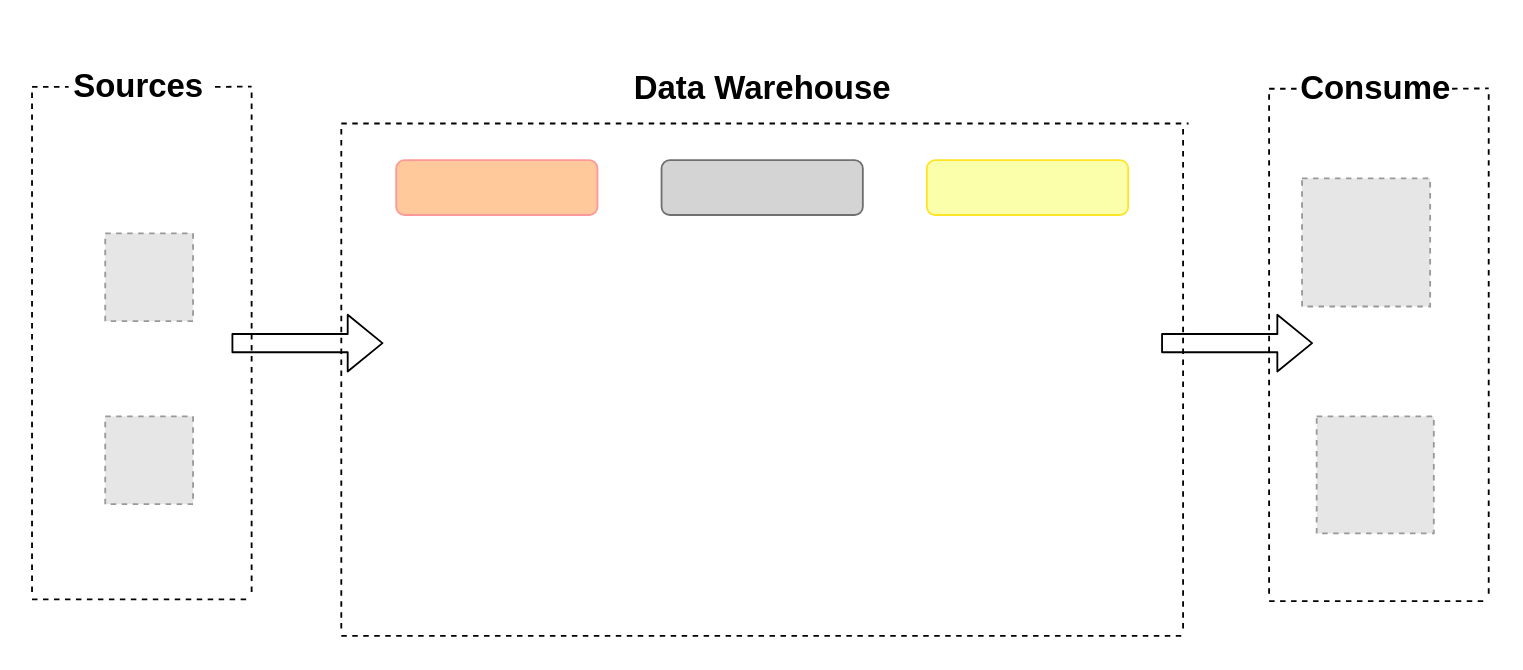
maariammohsen/DataWarehouse-Project keeps this draw.io diagram as Docs/Data_Arc.drawio. Above is the earlier version. Source tidied: cells renumbered, new cells numbered last; positions are measured from the earlier drawing's top-left corner, leaving out a move shared by most shapes. Both pictures are drawn from the tidied source at 183%, with x=0, y=0 at pixel (31, 31). Pictures stored in the file or linked from it are replaced by grey dashed boxes.
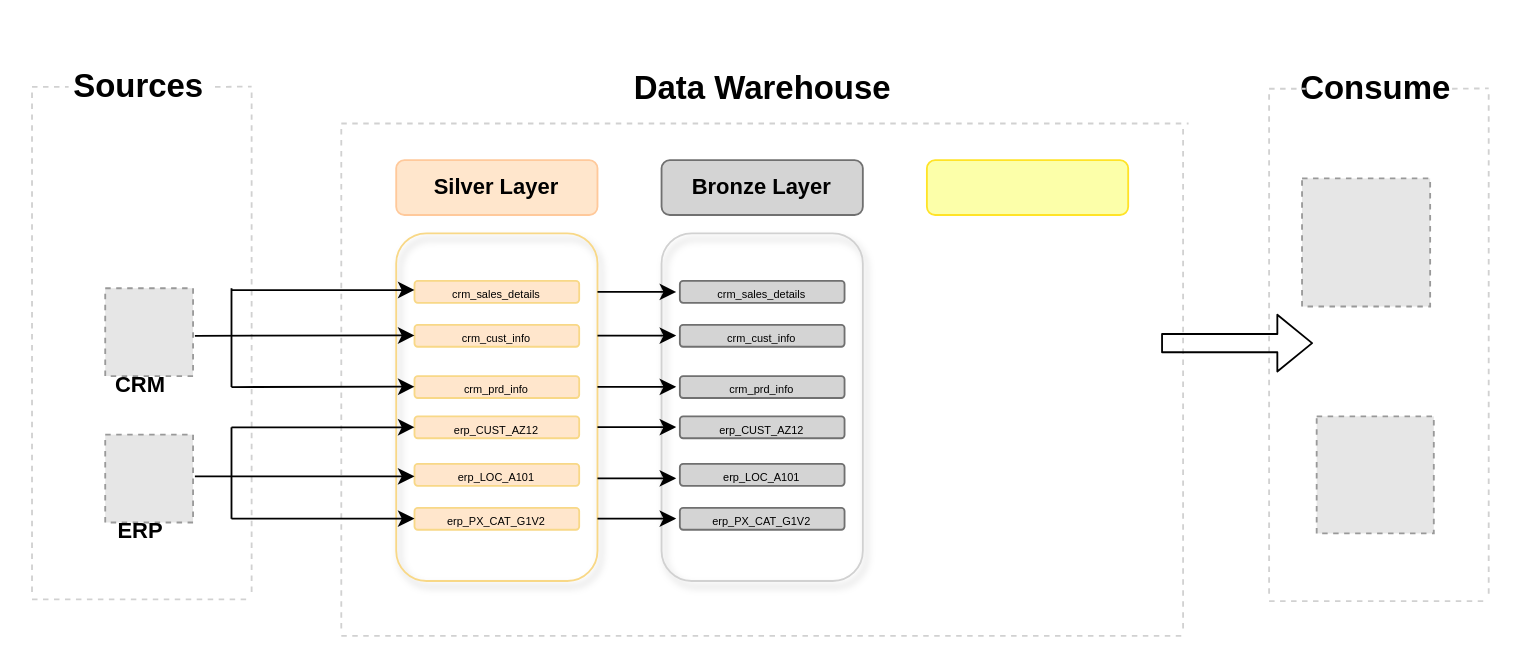
Above is the later version.

Commit message (it also covers changes not shown here):
Modified Arc , Transformations of silver layer is done successfully✅

Change to the diagram source:
```diff
@@
     <mxCell id="2" style="fillColor=#E6E6E6;strokeColor=#999999;dashed=1;verticalLabelPosition=bottom;verticalAlign=top;" parent="1" vertex="1">
-      <mxGeometry x="40" y="110" width="48" height="48" as="geometry" />
+      <mxGeometry x="40" y="140" width="48" height="48" as="geometry" />
     </mxCell>
     <mxCell id="3" style="fillColor=#E6E6E6;strokeColor=#999999;dashed=1;verticalLabelPosition=bottom;verticalAlign=top;" parent="1" vertex="1">
-      <mxGeometry x="40" y="210" width="48" height="48" as="geometry" />
+      <mxGeometry x="40" y="220" width="48" height="48" as="geometry" />
     </mxCell>
@@
-    <mxCell id="5" style="endArrow=none;dashed=1;html=1;" parent="1" edge="1">
+    <mxCell id="5" style="endArrow=none;dashed=1;html=1;strokeColor=light-dark(#d1d1d1, #ededed);" parent="1" edge="1">
       <mxGeometry relative="1" as="geometry">
         <mxPoint x="120" y="306" as="sourcePoint" />
         <mxPoint x="120" y="30" as="targetPoint" />
       </mxGeometry>
     </mxCell>
-    <mxCell id="6" style="endArrow=none;dashed=1;html=1;" parent="1" edge="1">
+    <mxCell id="6" style="endArrow=none;dashed=1;html=1;strokeColor=#D1D1D1;" parent="1" edge="1">
       <mxGeometry relative="1" as="geometry">
         <mxPoint y="306" as="sourcePoint" />
         <mxPoint y="30" as="targetPoint" />
       </mxGeometry>
     </mxCell>
-    <mxCell id="7" style="endArrow=none;dashed=1;html=1;" parent="1" edge="1">
+    <mxCell id="7" style="endArrow=none;dashed=1;html=1;strokeColor=#D1D1D1;" parent="1" edge="1">
       <mxGeometry relative="1" as="geometry">
         <mxPoint y="310" as="sourcePoint" />
         <mxPoint x="120" y="310" as="targetPoint" />
       </mxGeometry>
     </mxCell>
-    <mxCell id="8" style="endArrow=none;dashed=1;html=1;" parent="1" edge="1">
+    <mxCell id="8" style="endArrow=none;dashed=1;html=1;strokeColor=#D1D1D1;" parent="1" edge="1">
       <mxGeometry relative="1" as="geometry">
         <mxPoint x="100" y="30" as="sourcePoint" />
         <mxPoint x="120" y="29.8" as="targetPoint" />
       </mxGeometry>
     </mxCell>
-    <mxCell id="9" style="endArrow=none;dashed=1;html=1;" parent="1" edge="1">
+    <mxCell id="9" style="endArrow=none;dashed=1;html=1;strokeColor=#D1D1D1;" parent="1" edge="1">
       <mxGeometry relative="1" as="geometry">
         <mxPoint y="30" as="sourcePoint" />
         <mxPoint x="20" y="30" as="targetPoint" />
       </mxGeometry>
     </mxCell>
@@
-    <mxCell id="11" style="endArrow=none;dashed=1;html=1;" parent="1" edge="1">
+    <mxCell id="11" style="endArrow=none;dashed=1;html=1;strokeColor=#D1D1D1;" parent="1" edge="1">
       <mxGeometry relative="1" as="geometry">
         <mxPoint x="796" y="307" as="sourcePoint" />
         <mxPoint x="796" y="31" as="targetPoint" />
       </mxGeometry>
     </mxCell>
-    <mxCell id="12" style="endArrow=none;dashed=1;html=1;" parent="1" edge="1">
+    <mxCell id="12" style="endArrow=none;dashed=1;html=1;strokeColor=#D1D1D1;" parent="1" edge="1">
       <mxGeometry relative="1" as="geometry">
         <mxPoint x="676" y="307" as="sourcePoint" />
         <mxPoint x="676" y="31" as="targetPoint" />
       </mxGeometry>
     </mxCell>
-    <mxCell id="13" style="endArrow=none;dashed=1;html=1;" parent="1" edge="1">
+    <mxCell id="13" style="endArrow=none;dashed=1;html=1;strokeColor=#D1D1D1;" parent="1" edge="1">
       <mxGeometry relative="1" as="geometry">
         <mxPoint x="676" y="311" as="sourcePoint" />
         <mxPoint x="796" y="311" as="targetPoint" />
       </mxGeometry>
     </mxCell>
-    <mxCell id="14" style="endArrow=none;dashed=1;html=1;" parent="1" edge="1">
+    <mxCell id="14" style="endArrow=none;dashed=1;html=1;strokeColor=#D1D1D1;" parent="1" edge="1">
       <mxGeometry relative="1" as="geometry">
         <mxPoint x="776" y="31" as="sourcePoint" />
         <mxPoint x="796" y="30.8" as="targetPoint" />
       </mxGeometry>
     </mxCell>
-    <mxCell id="15" style="endArrow=none;dashed=1;html=1;" parent="1" edge="1">
+    <mxCell id="15" style="endArrow=none;dashed=1;html=1;strokeColor=#D1D1D1;" parent="1" edge="1">
       <mxGeometry relative="1" as="geometry">
         <mxPoint x="676" y="31" as="sourcePoint" />
         <mxPoint x="696" y="31" as="targetPoint" />
       </mxGeometry>
     </mxCell>
@@
-    <mxCell id="19" style="endArrow=none;dashed=1;html=1;" parent="1" edge="1">
+    <mxCell id="19" style="endArrow=none;dashed=1;html=1;strokeColor=#D1D1D1;" parent="1" edge="1">
       <mxGeometry relative="1" as="geometry">
         <mxPoint x="629" y="326" as="sourcePoint" />
         <mxPoint x="629" y="50" as="targetPoint" />
       </mxGeometry>
     </mxCell>
-    <mxCell id="20" style="endArrow=none;dashed=1;html=1;" parent="1" edge="1">
+    <mxCell id="20" style="endArrow=none;dashed=1;html=1;strokeColor=#D1D1D1;" parent="1" edge="1">
       <mxGeometry relative="1" as="geometry">
         <mxPoint x="169" y="326" as="sourcePoint" />
         <mxPoint x="169" y="50" as="targetPoint" />
       </mxGeometry>
     </mxCell>
-    <mxCell id="21" style="endArrow=none;dashed=1;html=1;" parent="1" edge="1">
+    <mxCell id="21" style="endArrow=none;dashed=1;html=1;strokeColor=#D1D1D1;" parent="1" edge="1">
       <mxGeometry relative="1" as="geometry">
         <mxPoint x="169" y="330" as="sourcePoint" />
         <mxPoint x="629" y="330" as="targetPoint" />
       </mxGeometry>
     </mxCell>
-    <mxCell id="22" style="endArrow=none;dashed=1;html=1;" parent="1" edge="1">
+    <mxCell id="22" style="endArrow=none;dashed=1;html=1;strokeColor=#D1D1D1;" parent="1" edge="1">
       <mxGeometry relative="1" as="geometry">
         <mxPoint x="169" y="50" as="sourcePoint" />
         <mxPoint x="632" y="50" as="targetPoint" />
       </mxGeometry>
     </mxCell>
-    <mxCell id="23" style="rounded=1;whiteSpace=wrap;html=1;fillColor=#FFC99B;strokeColor=#FF9999;" parent="1" vertex="1">
+    <mxCell id="23" value="&lt;b&gt;Silver Layer&lt;/b&gt;" style="rounded=1;whiteSpace=wrap;html=1;fillColor=#FFE6CC;strokeColor=#FFC99B;" parent="1" vertex="1">
       <mxGeometry x="199" y="70" width="110" height="30" as="geometry" />
     </mxCell>
-    <mxCell id="24" style="rounded=1;whiteSpace=wrap;html=1;fillColor=#D4D4D4;strokeColor=#707070;" parent="1" vertex="1">
+    <mxCell id="24" value="&lt;b&gt;Bronze Layer&lt;/b&gt;" style="rounded=1;whiteSpace=wrap;html=1;fillColor=#D4D4D4;strokeColor=#707070;" parent="1" vertex="1">
       <mxGeometry x="344" y="70" width="110" height="30" as="geometry" />
     </mxCell>
@@
-    <mxCell id="26" style="shape=flexArrow;endArrow=classic;html=1;" parent="1" edge="1">
-      <mxGeometry relative="1" as="geometry">
-        <mxPoint x="109" y="170" as="sourcePoint" />
-        <mxPoint x="192" y="170" as="targetPoint" />
-      </mxGeometry>
-    </mxCell>
@@
+    <mxCell id="28" style="rounded=1;whiteSpace=wrap;html=1;fillColor=none;strokeColor=light-dark(#f8d887, #996500);fillStyle=auto;gradientColor=none;glass=0;shadow=1;" parent="1" vertex="1">
+      <mxGeometry x="199" y="110" width="110" height="190" as="geometry" />
+    </mxCell>
+    <mxCell id="29" value="&lt;font style=&quot;font-size: 6px; line-height: 90%;&quot;&gt;erp_PX_CAT_G1V2&lt;/font&gt;" style="rounded=1;whiteSpace=wrap;html=1;fillColor=#ffe6cc;strokeColor=light-dark(#f8d887, #996500);" parent="1" vertex="1">
+      <mxGeometry x="209" y="260" width="90" height="12" as="geometry" />
+    </mxCell>
+    <mxCell id="30" value="&lt;font style=&quot;font-size: 6px; line-height: 90%;&quot;&gt;erp_LOC_A101&lt;/font&gt;" style="rounded=1;whiteSpace=wrap;html=1;fillColor=#ffe6cc;strokeColor=light-dark(#f8d887, #996500);" parent="1" vertex="1">
+      <mxGeometry x="209" y="236" width="90" height="12" as="geometry" />
+    </mxCell>
+    <mxCell id="31" value="&lt;font style=&quot;font-size: 6px; line-height: 90%;&quot;&gt;erp_CUST_AZ12&lt;/font&gt;" style="rounded=1;whiteSpace=wrap;html=1;fillColor=#ffe6cc;strokeColor=light-dark(#f8d887, #996500);" parent="1" vertex="1">
+      <mxGeometry x="209" y="210" width="90" height="12" as="geometry" />
+    </mxCell>
+    <mxCell id="32" value="&lt;font style=&quot;font-size: 6px; line-height: 90%;&quot;&gt;crm_sales_details&lt;/font&gt;" style="rounded=1;whiteSpace=wrap;html=1;fillColor=#ffe6cc;strokeColor=light-dark(#f8d887, #996500);" parent="1" vertex="1">
+      <mxGeometry x="209" y="136" width="90" height="12" as="geometry" />
+    </mxCell>
+    <mxCell id="33" value="&lt;font style=&quot;font-size: 6px; line-height: 90%;&quot;&gt;crm_cust_info&lt;/font&gt;" style="rounded=1;whiteSpace=wrap;html=1;fillColor=#ffe6cc;strokeColor=light-dark(#f8d887, #996500);" parent="1" vertex="1">
+      <mxGeometry x="209" y="160" width="90" height="12" as="geometry" />
+    </mxCell>
+    <mxCell id="34" value="&lt;font style=&quot;font-size: 6px; line-height: 90%;&quot;&gt;crm_prd_info&lt;/font&gt;" style="rounded=1;whiteSpace=wrap;html=1;fillColor=#ffe6cc;strokeColor=light-dark(#f8d887, #996500);" parent="1" vertex="1">
+      <mxGeometry x="209" y="188" width="90" height="12" as="geometry" />
+    </mxCell>
+    <mxCell id="35" value="&lt;b&gt;CRM&lt;/b&gt;" style="text;html=1;align=center;verticalAlign=middle;strokeColor=none;fillColor=none;" parent="1" vertex="1">
+      <mxGeometry x="34" y="178" width="50" height="30" as="geometry" />
+    </mxCell>
+    <mxCell id="36" value="&lt;b&gt;ERP&lt;/b&gt;" style="text;html=1;align=center;verticalAlign=middle;strokeColor=none;fillColor=none;" parent="1" vertex="1">
+      <mxGeometry x="34" y="258" width="50" height="30" as="geometry" />
+    </mxCell>
+    <mxCell id="37" style="endArrow=classic;html=1;" parent="1" edge="1">
+      <mxGeometry relative="1" as="geometry">
+        <mxPoint x="109" y="141" as="sourcePoint" />
+        <mxPoint x="209" y="141" as="targetPoint" />
+      </mxGeometry>
+    </mxCell>
+    <mxCell id="38" style="endArrow=classic;html=1;" parent="1" edge="1">
+      <mxGeometry relative="1" as="geometry">
+        <mxPoint x="89" y="166" as="sourcePoint" />
+        <mxPoint x="209" y="165.8" as="targetPoint" />
+      </mxGeometry>
+    </mxCell>
+    <mxCell id="39" style="endArrow=classic;html=1;strokeWidth=1;" parent="1" edge="1">
+      <mxGeometry relative="1" as="geometry">
+        <mxPoint x="109" y="194" as="sourcePoint" />
+        <mxPoint x="209" y="193.8" as="targetPoint" />
+      </mxGeometry>
+    </mxCell>
+    <mxCell id="40" style="endArrow=none;html=1;" parent="1" edge="1">
+      <mxGeometry relative="1" as="geometry">
+        <mxPoint x="109" y="194" as="sourcePoint" />
+        <mxPoint x="109" y="140" as="targetPoint" />
+      </mxGeometry>
+    </mxCell>
+    <mxCell id="41" style="endArrow=classic;html=1;" parent="1" edge="1">
+      <mxGeometry relative="1" as="geometry">
+        <mxPoint x="109" y="216" as="sourcePoint" />
+        <mxPoint x="209" y="216" as="targetPoint" />
+      </mxGeometry>
+    </mxCell>
+    <mxCell id="42" style="endArrow=classic;html=1;" parent="1" edge="1">
+      <mxGeometry relative="1" as="geometry">
+        <mxPoint x="89" y="242.8" as="sourcePoint" />
+        <mxPoint x="209" y="242.8" as="targetPoint" />
+      </mxGeometry>
+    </mxCell>
+    <mxCell id="43" style="endArrow=none;html=1;" parent="1" edge="1">
+      <mxGeometry relative="1" as="geometry">
+        <mxPoint x="109" y="266" as="sourcePoint" />
+        <mxPoint x="109" y="216" as="targetPoint" />
+      </mxGeometry>
+    </mxCell>
+    <mxCell id="44" style="endArrow=classic;html=1;" parent="1" edge="1">
+      <mxGeometry relative="1" as="geometry">
+        <mxPoint x="109" y="265.9" as="sourcePoint" />
+        <mxPoint x="209" y="265.9" as="targetPoint" />
+      </mxGeometry>
+    </mxCell>
+    <mxCell id="45" style="rounded=1;whiteSpace=wrap;html=1;fillColor=none;strokeColor=light-dark(#D1D1D1,#996500);fillStyle=auto;gradientColor=none;glass=0;shadow=1;" parent="1" vertex="1">
+      <mxGeometry x="344" y="110" width="110" height="190" as="geometry" />
+    </mxCell>
+    <mxCell id="46" value="&lt;font style=&quot;font-size: 6px; line-height: 90%;&quot;&gt;erp_PX_CAT_G1V2&lt;/font&gt;" style="rounded=1;whiteSpace=wrap;html=1;fillColor=#D4D4D4;strokeColor=light-dark(#707070,#996500);" parent="1" vertex="1">
+      <mxGeometry x="354" y="260" width="90" height="12" as="geometry" />
+    </mxCell>
+    <mxCell id="47" value="&lt;font style=&quot;font-size: 6px; line-height: 90%;&quot;&gt;erp_LOC_A101&lt;/font&gt;" style="rounded=1;whiteSpace=wrap;html=1;fillColor=#D4D4D4;strokeColor=light-dark(#707070,#996500);" parent="1" vertex="1">
+      <mxGeometry x="354" y="236" width="90" height="12" as="geometry" />
+    </mxCell>
+    <mxCell id="48" value="&lt;font style=&quot;font-size: 6px; line-height: 90%;&quot;&gt;erp_CUST_AZ12&lt;/font&gt;" style="rounded=1;whiteSpace=wrap;html=1;fillColor=#D4D4D4;strokeColor=light-dark(#707070,#996500);" parent="1" vertex="1">
+      <mxGeometry x="354" y="210" width="90" height="12" as="geometry" />
+    </mxCell>
+    <mxCell id="49" value="&lt;font style=&quot;font-size: 6px; line-height: 90%;&quot;&gt;crm_sales_details&lt;/font&gt;" style="rounded=1;whiteSpace=wrap;html=1;fillColor=#D4D4D4;strokeColor=light-dark(#707070,#996500);" parent="1" vertex="1">
+      <mxGeometry x="354" y="136" width="90" height="12" as="geometry" />
+    </mxCell>
+    <mxCell id="50" value="&lt;font style=&quot;font-size: 6px; line-height: 90%;&quot;&gt;crm_cust_info&lt;/font&gt;" style="rounded=1;whiteSpace=wrap;html=1;fillColor=#D4D4D4;strokeColor=light-dark(#707070,#996500);" parent="1" vertex="1">
+      <mxGeometry x="354" y="160" width="90" height="12" as="geometry" />
+    </mxCell>
+    <mxCell id="51" value="&lt;font style=&quot;font-size: 6px; line-height: 90%;&quot;&gt;crm_prd_info&lt;/font&gt;" style="rounded=1;whiteSpace=wrap;html=1;fillColor=#D4D4D4;strokeColor=light-dark(#707070,#996500);" parent="1" vertex="1">
+      <mxGeometry x="354" y="188" width="90" height="12" as="geometry" />
+    </mxCell>
+    <mxCell id="52" style="endArrow=classic;html=1;" parent="1" edge="1">
+      <mxGeometry relative="1" as="geometry">
+        <mxPoint x="309" y="142" as="sourcePoint" />
+        <mxPoint x="352" y="142" as="targetPoint" />
+      </mxGeometry>
+    </mxCell>
+    <mxCell id="53" style="endArrow=classic;html=1;" parent="1" edge="1">
+      <mxGeometry relative="1" as="geometry">
+        <mxPoint x="309" y="165.9" as="sourcePoint" />
+        <mxPoint x="352" y="165.9" as="targetPoint" />
+      </mxGeometry>
+    </mxCell>
+    <mxCell id="54" style="endArrow=classic;html=1;" parent="1" edge="1">
+      <mxGeometry relative="1" as="geometry">
+        <mxPoint x="309" y="243.9" as="sourcePoint" />
+        <mxPoint x="352" y="243.9" as="targetPoint" />
+      </mxGeometry>
+    </mxCell>
+    <mxCell id="55" style="endArrow=classic;html=1;" parent="1" edge="1">
+      <mxGeometry relative="1" as="geometry">
+        <mxPoint x="309" y="193.9" as="sourcePoint" />
+        <mxPoint x="352" y="193.9" as="targetPoint" />
+      </mxGeometry>
+    </mxCell>
+    <mxCell id="56" style="endArrow=classic;html=1;" parent="1" edge="1">
+      <mxGeometry relative="1" as="geometry">
+        <mxPoint x="309" y="215.9" as="sourcePoint" />
+        <mxPoint x="352" y="215.9" as="targetPoint" />
+      </mxGeometry>
+    </mxCell>
+    <mxCell id="57" style="endArrow=classic;html=1;" parent="1" edge="1">
+      <mxGeometry relative="1" as="geometry">
+        <mxPoint x="309" y="265.9" as="sourcePoint" />
+        <mxPoint x="352" y="265.9" as="targetPoint" />
+      </mxGeometry>
+    </mxCell>
```
